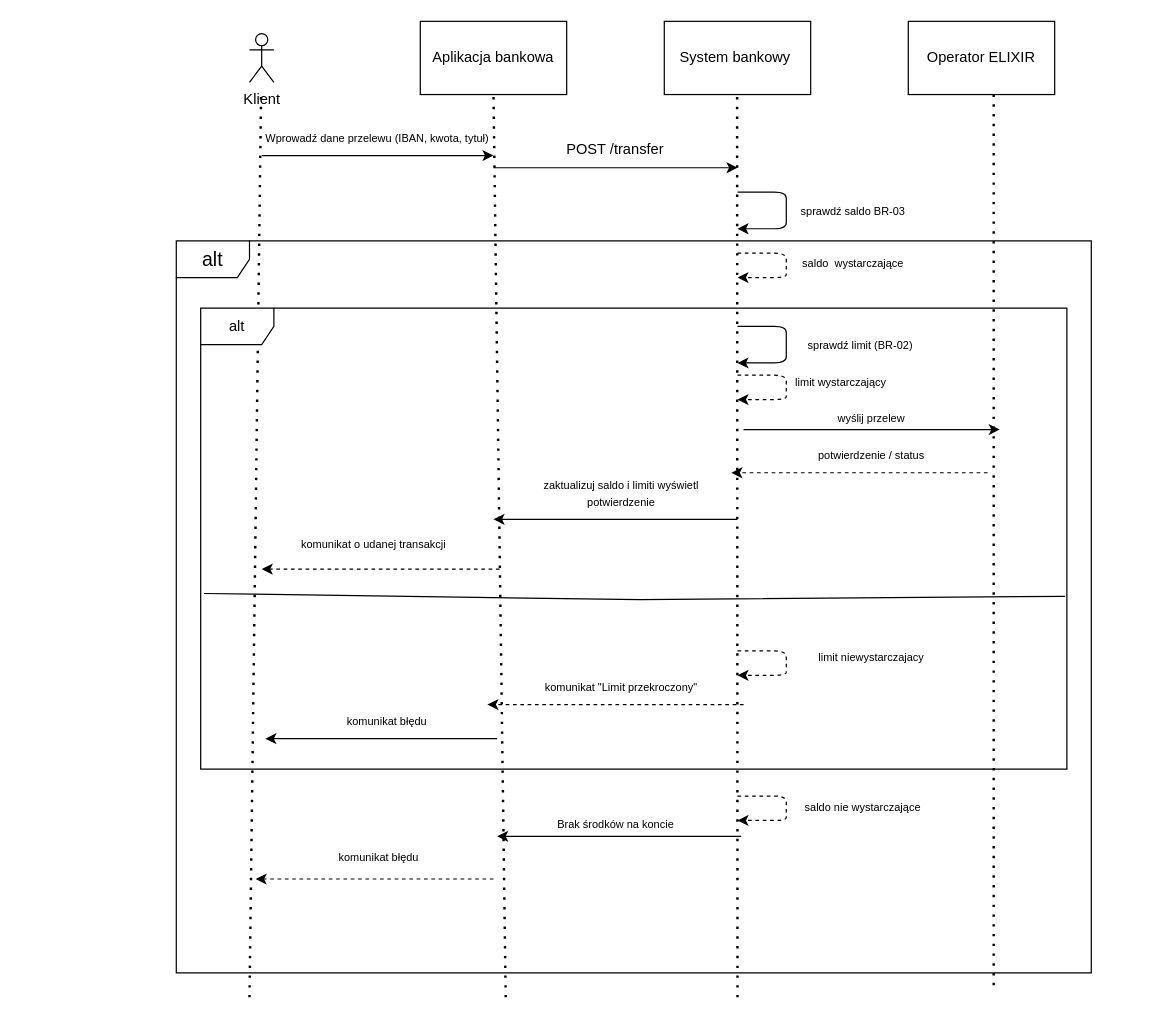
This is 04-uml/sequence-transfer-uc-03.drawio from okwasna/banking-flagship, a draw.io file, before an edit. Source tidied: cells renumbered, new cells numbered last; positions are measured from the earlier drawing's top-left corner, leaving out a move shared by most shapes. Both pictures are drawn from the tidied source at 122%, with x=0, y=0 at pixel (176, 21).
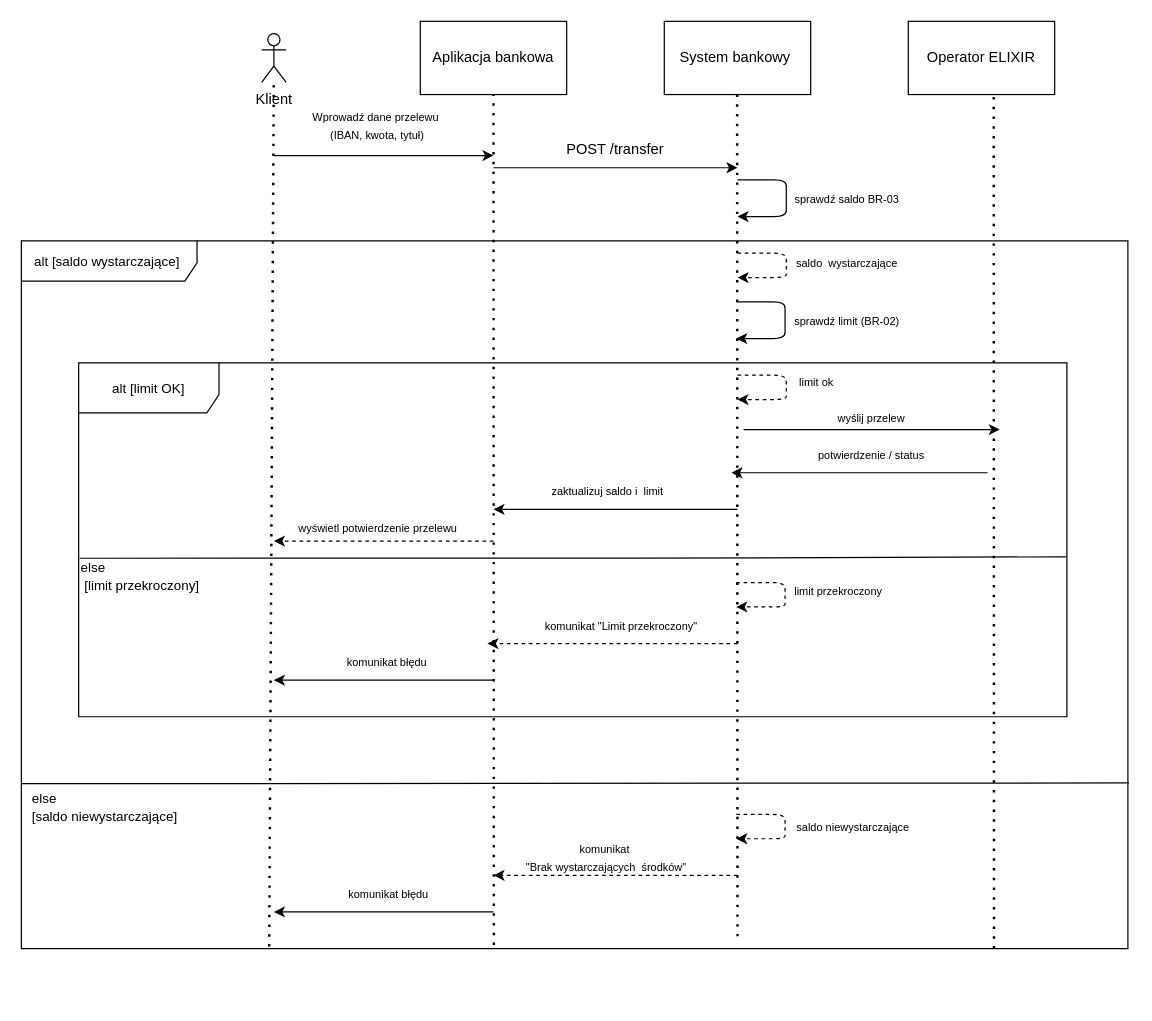
The same page after the edit.

The change refers to these unchanged cells:
```xml
<mxCell id="3" value="Aplikacja bankowa" style="rounded=0;whiteSpace=wrap;html=1;" parent="1" vertex="1">
  <mxGeometry x="200" width="120" height="60" as="geometry" />
</mxCell>
```

Change to the diagram source:
```diff
@@
     <mxCell id="2" value="Klient&lt;div&gt;&lt;br&gt;&lt;/div&gt;" style="shape=umlActor;verticalLabelPosition=bottom;verticalAlign=top;html=1;outlineConnect=0;" parent="1" vertex="1">
-      <mxGeometry x="60" y="10" width="20" height="40" as="geometry" />
+      <mxGeometry x="70" y="10" width="20" height="40" as="geometry" />
     </mxCell>
@@
-    <mxCell id="6" style="endArrow=none;dashed=1;html=1;dashPattern=1 3;strokeWidth=2;rounded=0;entryX=0.5;entryY=1;entryDx=0;entryDy=0;" parent="1" edge="1" target="3">
-      <mxGeometry relative="1" as="geometry">
-        <mxPoint x="270" y="800" as="sourcePoint" />
-      </mxGeometry>
+    <mxCell id="6" style="endArrow=none;dashed=1;html=1;dashPattern=1 3;strokeWidth=2;rounded=0;entryX=0.5;entryY=1;entryDx=0;entryDy=0;exitX=0.427;exitY=0.995;exitDx=0;exitDy=0;exitPerimeter=0;" parent="1" edge="1" source="32" target="3">
+      <mxGeometry relative="1" as="geometry" />
     </mxCell>
     <mxCell id="7" style="endArrow=none;dashed=1;html=1;dashPattern=1 3;strokeWidth=2;rounded=0;entryX=0.5;entryY=1;entryDx=0;entryDy=0;" parent="1" edge="1">
       <mxGeometry relative="1" as="geometry">
-        <mxPoint x="460" y="800" as="sourcePoint" />
+        <mxPoint x="460" y="750" as="sourcePoint" />
         <mxPoint x="459.7" y="60" as="targetPoint" />
       </mxGeometry>
     </mxCell>
-    <mxCell id="8" style="endArrow=none;dashed=1;html=1;dashPattern=1 3;strokeWidth=2;rounded=0;entryX=0.5;entryY=1;entryDx=0;entryDy=0;" parent="1" edge="1">
+    <mxCell id="8" style="endArrow=none;dashed=1;html=1;dashPattern=1 3;strokeWidth=2;rounded=0;entryX=0.5;entryY=1;entryDx=0;entryDy=0;exitX=0.879;exitY=1;exitDx=0;exitDy=0;exitPerimeter=0;" parent="1" edge="1" source="32">
       <mxGeometry relative="1" as="geometry">
-        <mxPoint x="670" y="790" as="sourcePoint" />
         <mxPoint x="670" y="60" as="targetPoint" />
       </mxGeometry>
     </mxCell>
-    <mxCell id="9" style="endArrow=none;dashed=1;html=1;dashPattern=1 3;strokeWidth=2;rounded=0;entryX=0.5;entryY=1;entryDx=0;entryDy=0;" parent="1" edge="1">
-      <mxGeometry relative="1" as="geometry">
-        <mxPoint x="60" y="800" as="sourcePoint" />
-        <mxPoint x="69.5" y="60" as="targetPoint" />
-      </mxGeometry>
+    <mxCell id="9" style="endArrow=none;dashed=1;html=1;dashPattern=1 3;strokeWidth=2;rounded=0;exitX=0.224;exitY=0.997;exitDx=0;exitDy=0;exitPerimeter=0;" parent="1" edge="1" source="32" target="2">
+      <mxGeometry relative="1" as="geometry" />
     </mxCell>
     <mxCell id="10" style="endArrow=classic;html=1;rounded=0;" parent="1" edge="1">
       <mxGeometry relative="1" as="geometry">
-        <mxPoint x="70" y="110" as="sourcePoint" />
+        <mxPoint x="80" y="110" as="sourcePoint" />
         <mxPoint x="260" y="110" as="targetPoint" />
       </mxGeometry>
     </mxCell>
-    <mxCell id="11" value="&lt;span style=&quot;text-align: start; caret-color: rgb(0, 0, 0); color: rgb(0, 0, 0);&quot;&gt;&lt;font style=&quot;font-size: 9px;&quot;&gt;Wprowadź dane przelewu (IBAN, kwota, tytuł)&lt;/font&gt;&lt;/span&gt;" style="text;html=1;whiteSpace=wrap;strokeColor=none;fillColor=none;align=center;verticalAlign=middle;rounded=0;" parent="1" vertex="1">
-      <mxGeometry x="70" y="80" width="190" height="30" as="geometry" />
+    <mxCell id="11" value="&lt;span style=&quot;text-align: start; caret-color: rgb(0, 0, 0); color: rgb(0, 0, 0);&quot;&gt;&lt;font style=&quot;font-size: 9px;&quot;&gt;Wprowadź dane przelewu&amp;nbsp;&lt;/font&gt;&lt;/span&gt;&lt;div&gt;&lt;span style=&quot;text-align: start; caret-color: rgb(0, 0, 0); color: rgb(0, 0, 0);&quot;&gt;&lt;font style=&quot;font-size: 9px;&quot;&gt;(IBAN, kwota, tytuł)&lt;/font&gt;&lt;/span&gt;&lt;/div&gt;" style="text;html=1;whiteSpace=wrap;strokeColor=none;fillColor=none;align=center;verticalAlign=middle;rounded=0;" parent="1" vertex="1">
+      <mxGeometry x="70" y="70" width="190" height="30" as="geometry" />
     </mxCell>
@@
     <mxCell id="14" value="&lt;font style=&quot;font-size: 9px;&quot;&gt;&lt;font&gt;sprawdź saldo&amp;nbsp;&lt;/font&gt;&lt;span style=&quot;text-align: start; caret-color: rgb(0, 0, 0); color: rgb(0, 0, 0);&quot;&gt;BR-03&lt;/span&gt;&lt;/font&gt;" style="text;html=1;whiteSpace=wrap;strokeColor=none;fillColor=none;align=center;verticalAlign=middle;rounded=0;" parent="1" vertex="1">
-      <mxGeometry x="500" y="140" width="110" height="30" as="geometry" />
+      <mxGeometry x="495" y="130" width="110" height="30" as="geometry" />
     </mxCell>
     <mxCell id="15" style="endArrow=classic;html=1;rounded=1;curved=0;" parent="1" edge="1">
       <mxGeometry relative="1" as="geometry">
-        <mxPoint x="460" y="140" as="sourcePoint" />
-        <mxPoint x="460" y="170" as="targetPoint" />
+        <mxPoint x="460" y="130" as="sourcePoint" />
+        <mxPoint x="460" y="160" as="targetPoint" />
         <Array as="points">
+          <mxPoint x="500" y="130" />
           <mxPoint x="500" y="140" />
-          <mxPoint x="500" y="150" />
-          <mxPoint x="500" y="170" />
+          <mxPoint x="500" y="160" />
         </Array>
       </mxGeometry>
     </mxCell>
@@
     <mxCell id="17" value="&lt;font style=&quot;font-size: 9px;&quot;&gt;saldo &amp;nbsp;wystarczające&lt;/font&gt;&lt;div&gt;&lt;br&gt;&lt;/div&gt;" style="text;html=1;whiteSpace=wrap;strokeColor=none;fillColor=none;align=center;verticalAlign=middle;rounded=0;" parent="1" vertex="1">
-      <mxGeometry x="500" y="190" width="110" height="30" as="geometry" />
+      <mxGeometry x="495" y="190" width="110" height="30" as="geometry" />
     </mxCell>
@@
-    <mxCell id="20" style="endArrow=classic;html=1;rounded=0;dashed=1;" parent="1" edge="1">
+    <mxCell id="20" style="endArrow=classic;html=1;rounded=0;" parent="1" edge="1">
       <mxGeometry relative="1" as="geometry">
         <mxPoint x="665" y="370" as="sourcePoint" />
         <mxPoint x="455" y="370" as="targetPoint" />
       </mxGeometry>
     </mxCell>
@@
     <mxCell id="22" style="endArrow=classic;html=1;rounded=0;" parent="1" edge="1">
       <mxGeometry relative="1" as="geometry">
-        <mxPoint x="460" y="408.2" as="sourcePoint" />
-        <mxPoint x="260" y="408.2" as="targetPoint" />
+        <mxPoint x="460" y="400" as="sourcePoint" />
+        <mxPoint x="260" y="400" as="targetPoint" />
       </mxGeometry>
     </mxCell>
-    <mxCell id="23" value="&lt;div&gt;&lt;font style=&quot;font-size: 9px;&quot;&gt;zaktualizuj saldo i limiti wyświetl potwierdzenie&lt;/font&gt;&lt;/div&gt;&lt;div&gt;&lt;br&gt;&lt;/div&gt;" style="text;html=1;whiteSpace=wrap;strokeColor=none;fillColor=none;align=center;verticalAlign=middle;rounded=0;" parent="1" vertex="1">
-      <mxGeometry x="280" y="379" width="170" height="30" as="geometry" />
+    <mxCell id="23" value="&lt;div&gt;&lt;font style=&quot;font-size: 9px;&quot;&gt;zaktualizuj saldo i &amp;nbsp;limit&amp;nbsp;&lt;/font&gt;&lt;/div&gt;" style="text;html=1;whiteSpace=wrap;strokeColor=none;fillColor=none;align=center;verticalAlign=middle;rounded=0;" parent="1" vertex="1">
+      <mxGeometry x="270" y="370" width="170" height="30" as="geometry" />
     </mxCell>
     <mxCell id="24" style="endArrow=classic;html=1;rounded=0;dashed=1;" parent="1" edge="1">
       <mxGeometry relative="1" as="geometry">
-        <mxPoint x="265" y="449" as="sourcePoint" />
-        <mxPoint x="70" y="449" as="targetPoint" />
+        <mxPoint x="260" y="426" as="sourcePoint" />
+        <mxPoint x="80" y="426" as="targetPoint" />
       </mxGeometry>
     </mxCell>
-    <mxCell id="25" value="&lt;font style=&quot;font-size: 9px;&quot;&gt;komunikat o udanej transakcji&lt;/font&gt;" style="text;html=1;whiteSpace=wrap;strokeColor=none;fillColor=none;align=center;verticalAlign=middle;rounded=0;" parent="1" vertex="1">
-      <mxGeometry x="97" y="413" width="130" height="30" as="geometry" />
+    <mxCell id="25" value="&lt;div&gt;&lt;font style=&quot;font-size: 9px;&quot;&gt;wyświetl potwierdzenie przelewu&lt;/font&gt;&lt;/div&gt;" style="text;html=1;whiteSpace=wrap;strokeColor=none;fillColor=none;align=center;verticalAlign=middle;rounded=0;" parent="1" vertex="1">
+      <mxGeometry x="93.5" y="400" width="143" height="30" as="geometry" />
     </mxCell>
@@
-    <mxCell id="27" value="&lt;font style=&quot;font-size: 9px;&quot;&gt;saldo nie wystarczające&lt;/font&gt;" style="text;html=1;whiteSpace=wrap;strokeColor=none;fillColor=none;align=center;verticalAlign=middle;rounded=0;" parent="1" vertex="1">
-      <mxGeometry x="478" y="629" width="170" height="30" as="geometry" />
+    <mxCell id="27" value="&lt;font style=&quot;font-size: 9px;&quot;&gt;saldo niewystarczające&lt;/font&gt;" style="text;html=1;whiteSpace=wrap;strokeColor=none;fillColor=none;align=center;verticalAlign=middle;rounded=0;" parent="1" vertex="1">
+      <mxGeometry x="470" y="645" width="170" height="30" as="geometry" />
     </mxCell>
     <mxCell id="28" style="endArrow=classic;html=1;rounded=0;dashed=1;" parent="1" edge="1">
       <mxGeometry relative="1" as="geometry">
-        <mxPoint x="465" y="560" as="sourcePoint" />
-        <mxPoint x="255" y="560" as="targetPoint" />
+        <mxPoint x="460" y="510" as="sourcePoint" />
+        <mxPoint x="255" y="510" as="targetPoint" />
       </mxGeometry>
     </mxCell>
     <mxCell id="29" value="&lt;font style=&quot;font-size: 9px;&quot;&gt;komunikat &quot;Limit przekroczony&quot;&lt;/font&gt;" style="text;html=1;whiteSpace=wrap;strokeColor=none;fillColor=none;align=center;verticalAlign=middle;rounded=0;" parent="1" vertex="1">
-      <mxGeometry x="290" y="530" width="150" height="30" as="geometry" />
+      <mxGeometry x="290" y="480" width="150" height="30" as="geometry" />
     </mxCell>
     <mxCell id="30" style="endArrow=classic;html=1;rounded=0;" parent="1" edge="1">
       <mxGeometry relative="1" as="geometry">
-        <mxPoint x="263" y="588" as="sourcePoint" />
-        <mxPoint x="73" y="588" as="targetPoint" />
+        <mxPoint x="260" y="540" as="sourcePoint" />
+        <mxPoint x="80" y="540" as="targetPoint" />
       </mxGeometry>
     </mxCell>
     <mxCell id="31" value="&lt;font style=&quot;font-size: 9px;&quot;&gt;komunikat błędu&lt;/font&gt;" style="text;html=1;whiteSpace=wrap;strokeColor=none;fillColor=none;align=center;verticalAlign=middle;rounded=0;" parent="1" vertex="1">
-      <mxGeometry x="123" y="558" width="100" height="30" as="geometry" />
+      <mxGeometry x="123" y="510" width="100" height="30" as="geometry" />
     </mxCell>
-    <mxCell id="32" value="&lt;span style=&quot;text-align: start; caret-color: rgb(0, 0, 0); color: rgb(0, 0, 0); font-size: medium;&quot;&gt;alt&lt;/span&gt;" style="shape=umlFrame;whiteSpace=wrap;html=1;" parent="1" vertex="1">
-      <mxGeometry y="180" width="750" height="600" as="geometry" />
+    <mxCell id="32" value="&lt;div&gt;&lt;font style=&quot;font-size: 11px;&quot;&gt;alt [saldo wystarczające]&amp;nbsp;&lt;/font&gt;&lt;/div&gt;" style="shape=umlFrame;whiteSpace=wrap;html=1;width=144;height=33;" parent="1" vertex="1">
+      <mxGeometry x="-127" y="180" width="907" height="580" as="geometry" />
     </mxCell>
-    <mxCell id="33" value="alt" style="shape=umlFrame;whiteSpace=wrap;html=1;" parent="1" vertex="1">
-      <mxGeometry x="20" y="235" width="710" height="378" as="geometry" />
+    <mxCell id="33" value="&lt;div&gt;&lt;font style=&quot;font-size: 11px;&quot;&gt;alt [limit OK]&lt;/font&gt;&lt;/div&gt;" style="shape=umlFrame;whiteSpace=wrap;html=1;width=115;height=41;" parent="1" vertex="1">
+      <mxGeometry x="-80" y="280" width="810" height="290" as="geometry" />
     </mxCell>
     <mxCell id="34" style="endArrow=classic;html=1;rounded=1;curved=0;" parent="1" edge="1">
       <mxGeometry relative="1" as="geometry">
-        <mxPoint x="460" y="250" as="sourcePoint" />
-        <mxPoint x="460" y="280" as="targetPoint" />
+        <mxPoint x="459" y="230" as="sourcePoint" />
+        <mxPoint x="459" y="260" as="targetPoint" />
         <Array as="points">
-          <mxPoint x="500" y="250" />
-          <mxPoint x="500" y="260" />
-          <mxPoint x="500" y="280" />
+          <mxPoint x="499" y="230" />
+          <mxPoint x="499" y="240" />
+          <mxPoint x="499" y="260" />
         </Array>
       </mxGeometry>
     </mxCell>
     <mxCell id="35" value="&lt;span style=&quot;font-size: 9px;&quot;&gt;sprawdź limit (BR-02)&lt;/span&gt;" style="text;html=1;whiteSpace=wrap;strokeColor=none;fillColor=none;align=center;verticalAlign=middle;rounded=0;" parent="1" vertex="1">
-      <mxGeometry x="510" y="250" width="102" height="30" as="geometry" />
+      <mxGeometry x="499" y="230" width="102" height="30" as="geometry" />
     </mxCell>
-    <mxCell id="36" value="&lt;font style=&quot;font-size: 9px;&quot;&gt;&lt;font&gt;limit wystarczając&lt;/font&gt;y&lt;/font&gt;" style="text;html=1;whiteSpace=wrap;strokeColor=none;fillColor=none;align=center;verticalAlign=middle;rounded=0;" parent="1" vertex="1">
-      <mxGeometry x="490" y="280" width="110" height="30" as="geometry" />
+    <mxCell id="36" value="&lt;span style=&quot;font-size: 9px;&quot;&gt;limit ok&lt;/span&gt;" style="text;html=1;whiteSpace=wrap;strokeColor=none;fillColor=none;align=center;verticalAlign=middle;rounded=0;" parent="1" vertex="1">
+      <mxGeometry x="470" y="280" width="110" height="30" as="geometry" />
     </mxCell>
     <mxCell id="37" style="endArrow=classic;html=1;rounded=1;dashed=1;curved=0;" parent="1" edge="1">
       <mxGeometry relative="1" as="geometry">
-        <mxPoint x="460" y="516" as="sourcePoint" />
-        <mxPoint x="460" y="536" as="targetPoint" />
+        <mxPoint x="459" y="460" as="sourcePoint" />
+        <mxPoint x="459" y="480" as="targetPoint" />
         <Array as="points">
-          <mxPoint x="500" y="516" />
-          <mxPoint x="500" y="526" />
-          <mxPoint x="500" y="536" />
+          <mxPoint x="499" y="460" />
+          <mxPoint x="499" y="470" />
+          <mxPoint x="499" y="480" />
         </Array>
       </mxGeometry>
     </mxCell>
-    <mxCell id="38" value="&lt;font style=&quot;font-size: 9px;&quot;&gt;limit niewystarczajacy&lt;/font&gt;" style="text;html=1;whiteSpace=wrap;strokeColor=none;fillColor=none;align=center;verticalAlign=middle;rounded=0;" parent="1" vertex="1">
-      <mxGeometry x="510" y="506" width="120" height="30" as="geometry" />
+    <mxCell id="38" value="&lt;font style=&quot;font-size: 9px;&quot;&gt;limit przekroczony&lt;/font&gt;" style="text;html=1;whiteSpace=wrap;strokeColor=none;fillColor=none;align=center;verticalAlign=middle;rounded=0;" parent="1" vertex="1">
+      <mxGeometry x="483" y="452" width="120" height="30" as="geometry" />
     </mxCell>
-    <mxCell id="39" style="endArrow=none;endFill=0;endSize=12;html=1;rounded=0;exitX=0.004;exitY=0.619;exitDx=0;exitDy=0;exitPerimeter=0;entryX=0.998;entryY=0.625;entryDx=0;entryDy=0;entryPerimeter=0;" parent="1" edge="1" source="33" target="33">
+    <mxCell id="39" style="endArrow=none;endFill=0;endSize=12;html=1;rounded=0;exitX=0.001;exitY=0.552;exitDx=0;exitDy=0;exitPerimeter=0;entryX=0.999;entryY=0.548;entryDx=0;entryDy=0;entryPerimeter=0;" parent="1" edge="1" source="33" target="33">
       <mxGeometry relative="1" as="geometry">
         <Array as="points">
-          <mxPoint x="380" y="474" />
+          <mxPoint x="380" y="440" />
         </Array>
       </mxGeometry>
     </mxCell>
-    <mxCell id="40" style="endArrow=classic;html=1;rounded=0;" parent="1" edge="1">
+    <mxCell id="40" style="endArrow=classic;html=1;rounded=0;dashed=1;" parent="1" edge="1">
       <mxGeometry relative="1" as="geometry">
-        <mxPoint x="463" y="668" as="sourcePoint" />
-        <mxPoint x="263" y="668" as="targetPoint" />
+        <mxPoint x="460" y="700" as="sourcePoint" />
+        <mxPoint x="260" y="700" as="targetPoint" />
       </mxGeometry>
     </mxCell>
-    <mxCell id="41" value="&lt;font style=&quot;font-size: 9px;&quot;&gt;Brak środków na koncie&lt;/font&gt;" style="text;html=1;whiteSpace=wrap;strokeColor=none;fillColor=none;align=center;verticalAlign=middle;rounded=0;" parent="1" vertex="1">
-      <mxGeometry x="297.5" y="643" width="125" height="30" as="geometry" />
+    <mxCell id="41" value="&lt;font style=&quot;font-size: 9px;&quot;&gt;komunikat&lt;/font&gt;&lt;div&gt;&lt;font style=&quot;font-size: 9px;&quot;&gt;&amp;nbsp;&quot;Brak wystarczających &amp;nbsp;środków&quot;&lt;/font&gt;&lt;/div&gt;" style="text;html=1;whiteSpace=wrap;strokeColor=none;fillColor=none;align=center;verticalAlign=middle;rounded=0;" parent="1" vertex="1">
+      <mxGeometry x="280" y="670" width="142.5" height="30" as="geometry" />
     </mxCell>
     <mxCell id="42" style="endArrow=classic;html=1;rounded=1;dashed=1;curved=0;" parent="1" edge="1">
       <mxGeometry relative="1" as="geometry">
-        <mxPoint x="460" y="635" as="sourcePoint" />
-        <mxPoint x="460" y="655" as="targetPoint" />
+        <mxPoint x="459" y="650" as="sourcePoint" />
+        <mxPoint x="459" y="670" as="targetPoint" />
         <Array as="points">
-          <mxPoint x="500" y="635" />
-          <mxPoint x="500" y="645" />
-          <mxPoint x="500" y="655" />
+          <mxPoint x="499" y="650" />
+          <mxPoint x="499" y="660" />
+          <mxPoint x="499" y="670" />
         </Array>
       </mxGeometry>
     </mxCell>
-    <mxCell id="43" style="endArrow=classic;html=1;rounded=0;dashed=1;" parent="1" edge="1">
+    <mxCell id="43" style="endArrow=classic;html=1;rounded=0;" parent="1" edge="1">
       <mxGeometry relative="1" as="geometry">
-        <mxPoint x="260" y="703" as="sourcePoint" />
-        <mxPoint x="65" y="703" as="targetPoint" />
+        <mxPoint x="260" y="730" as="sourcePoint" />
+        <mxPoint x="80" y="730" as="targetPoint" />
       </mxGeometry>
     </mxCell>
     <mxCell id="44" value="&lt;font style=&quot;font-size: 9px;&quot;&gt;&amp;nbsp;komunikat błędu&lt;/font&gt;" style="text;html=1;whiteSpace=wrap;strokeColor=none;fillColor=none;align=center;verticalAlign=middle;rounded=0;" parent="1" vertex="1">
-      <mxGeometry x="118" y="670" width="94" height="30" as="geometry" />
+      <mxGeometry x="126" y="700" width="94" height="30" as="geometry" />
     </mxCell>
+    <mxCell id="45" style="endArrow=none;endFill=0;endSize=12;html=1;rounded=0;exitX=0;exitY=0.767;exitDx=0;exitDy=0;exitPerimeter=0;entryX=1.001;entryY=0.766;entryDx=0;entryDy=0;entryPerimeter=0;" parent="1" edge="1" source="32" target="32">
+      <mxGeometry relative="1" as="geometry" />
+    </mxCell>
+    <mxCell id="46" value="&lt;font style=&quot;font-size: 11px;&quot;&gt;else&amp;nbsp;&lt;/font&gt;&lt;div style=&quot;&quot;&gt;&lt;font style=&quot;font-size: 11px;&quot;&gt;[saldo niewystarczające]&lt;/font&gt;&lt;/div&gt;" style="text;html=1;whiteSpace=wrap;strokeColor=none;fillColor=none;align=left;verticalAlign=middle;rounded=0;" parent="1" vertex="1">
+      <mxGeometry x="-120" y="629" width="174" height="30" as="geometry" />
+    </mxCell>
+    <mxCell id="47" value="&lt;span style=&quot;font-size: 11px;&quot;&gt;else&lt;/span&gt;&lt;div&gt;&lt;span style=&quot;font-size: 11px;&quot;&gt;&amp;nbsp;[limit przekroczony]&lt;/span&gt;&lt;/div&gt;" style="text;html=1;whiteSpace=wrap;strokeColor=none;fillColor=none;align=left;verticalAlign=middle;rounded=0;" parent="1" vertex="1">
+      <mxGeometry x="-80" y="440" width="114" height="30" as="geometry" />
+    </mxCell>
```
